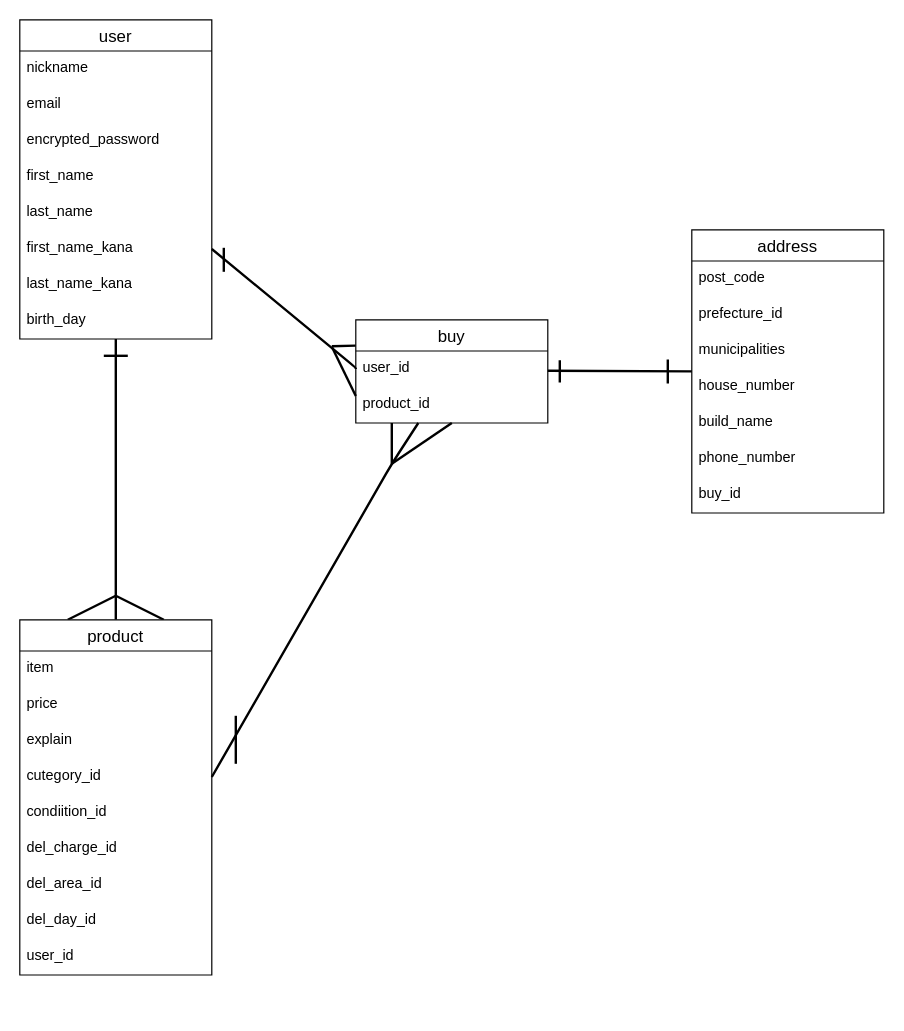
Above: ER.dio in asamoto1983/furima-38269 (draw.io), before the change. Source tidied: cells renumbered, new cells numbered last; positions are measured from the earlier drawing's top-left corner, leaving out a move shared by most shapes. Both pictures are drawn from the tidied source at 120%, with x=0, y=0 at pixel (19, 19).
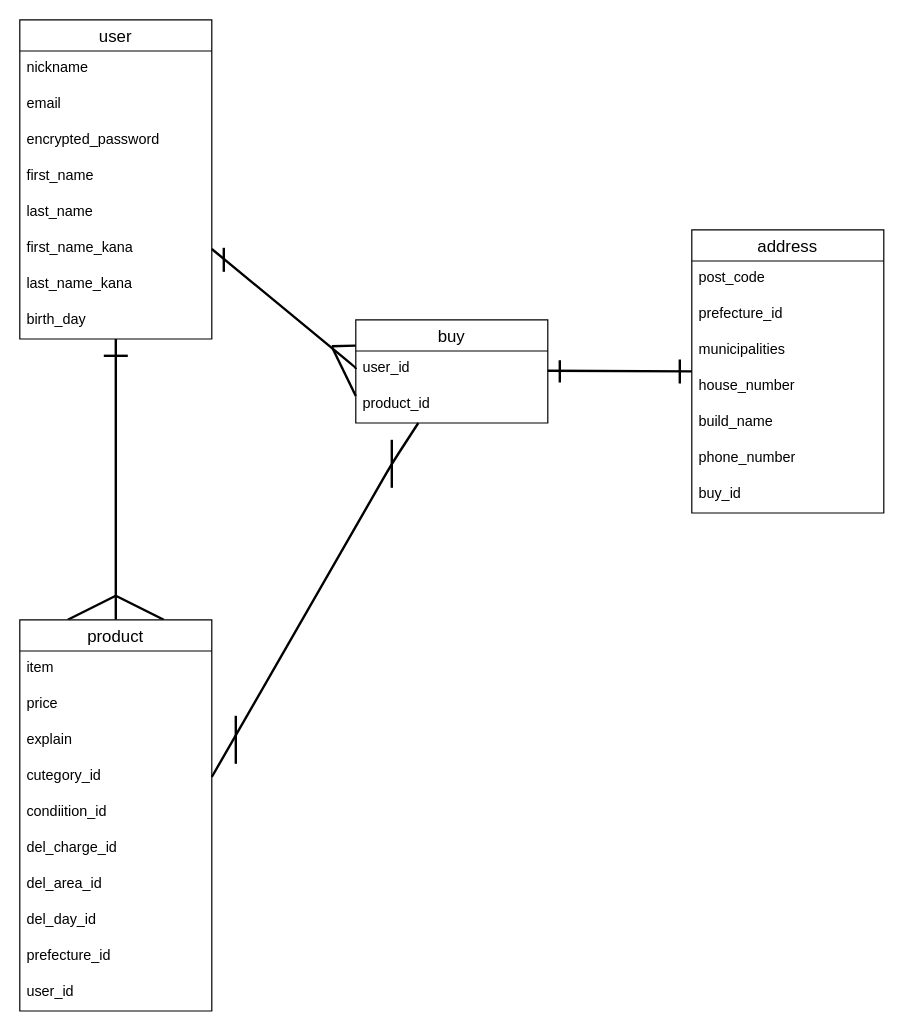
The same diagram, later.

Commit message (it also covers changes not shown here):
データベースの修正2回目

The edit, as a diff of the source:
```diff
@@
     <mxCell id="14" value="product" style="swimlane;fontStyle=0;horizontal=1;startSize=26;align=center;fontSize=14;" parent="1" vertex="1">
-      <mxGeometry y="500" width="160" height="296" as="geometry" />
+      <mxGeometry y="500" width="160" height="326" as="geometry" />
     </mxCell>
@@
+    <mxCell id="47" value="prefecture_id" style="text;strokeColor=none;fillColor=none;spacingLeft=4;spacingRight=4;overflow=hidden;fontSize=12;" parent="14" vertex="1">
+      <mxGeometry y="266" width="160" height="30" as="geometry" />
+    </mxCell>
     <mxCell id="23" value="user_id" style="text;strokeColor=none;fillColor=none;spacingLeft=4;spacingRight=4;overflow=hidden;fontSize=12;" parent="14" vertex="1">
-      <mxGeometry y="266" width="160" height="30" as="geometry" />
+      <mxGeometry y="296" width="160" height="30" as="geometry" />
     </mxCell>
@@
-    <mxCell id="41" style="endArrow=none;html=1;rounded=0;strokeColor=default;strokeWidth=2;" parent="1" edge="1">
-      <mxGeometry relative="1" as="geometry">
-        <mxPoint x="310" y="370" as="sourcePoint" />
-        <mxPoint x="310" y="336" as="targetPoint" />
-      </mxGeometry>
-    </mxCell>
-    <mxCell id="42" style="endArrow=none;html=1;rounded=0;strokeColor=default;strokeWidth=2;" parent="1" edge="1">
-      <mxGeometry relative="1" as="geometry">
-        <mxPoint x="310" y="370" as="sourcePoint" />
-        <mxPoint x="360" y="336" as="targetPoint" />
-      </mxGeometry>
-    </mxCell>
@@
     <mxCell id="46" style="endArrow=none;html=1;rounded=0;strokeColor=default;strokeWidth=2;" parent="1" edge="1">
       <mxGeometry relative="1" as="geometry">
-        <mxPoint x="540" y="293" as="sourcePoint" />
-        <mxPoint x="540" y="283" as="targetPoint" />
+        <mxPoint x="550" y="293" as="sourcePoint" />
+        <mxPoint x="550" y="283" as="targetPoint" />
         <Array as="points">
-          <mxPoint x="540" y="303" />
+          <mxPoint x="550" y="303" />
         </Array>
       </mxGeometry>
     </mxCell>
+    <mxCell id="48" style="endArrow=none;html=1;rounded=0;strokeColor=default;strokeWidth=2;" parent="1" edge="1">
+      <mxGeometry relative="1" as="geometry">
+        <mxPoint x="310" y="350" as="sourcePoint" />
+        <mxPoint x="310" y="390" as="targetPoint" />
+      </mxGeometry>
+    </mxCell>
```
